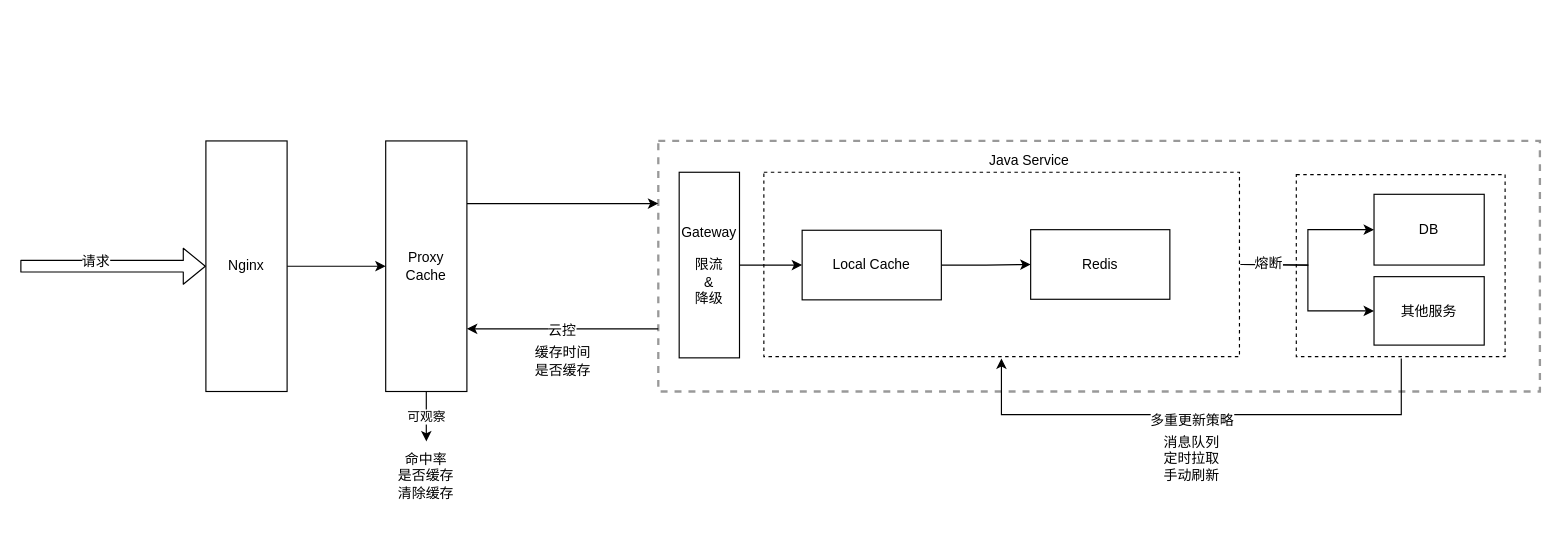
This is 跨年直播多级缓存系统.drawio from lndj/draw.io, a draw.io file, before an edit. Source tidied: cells renumbered, new cells numbered last; positions are measured from the earlier drawing's top-left corner, leaving out a move shared by most shapes. Both pictures are drawn from the tidied source at 116%, with x=0, y=0 at pixel (20, 140).
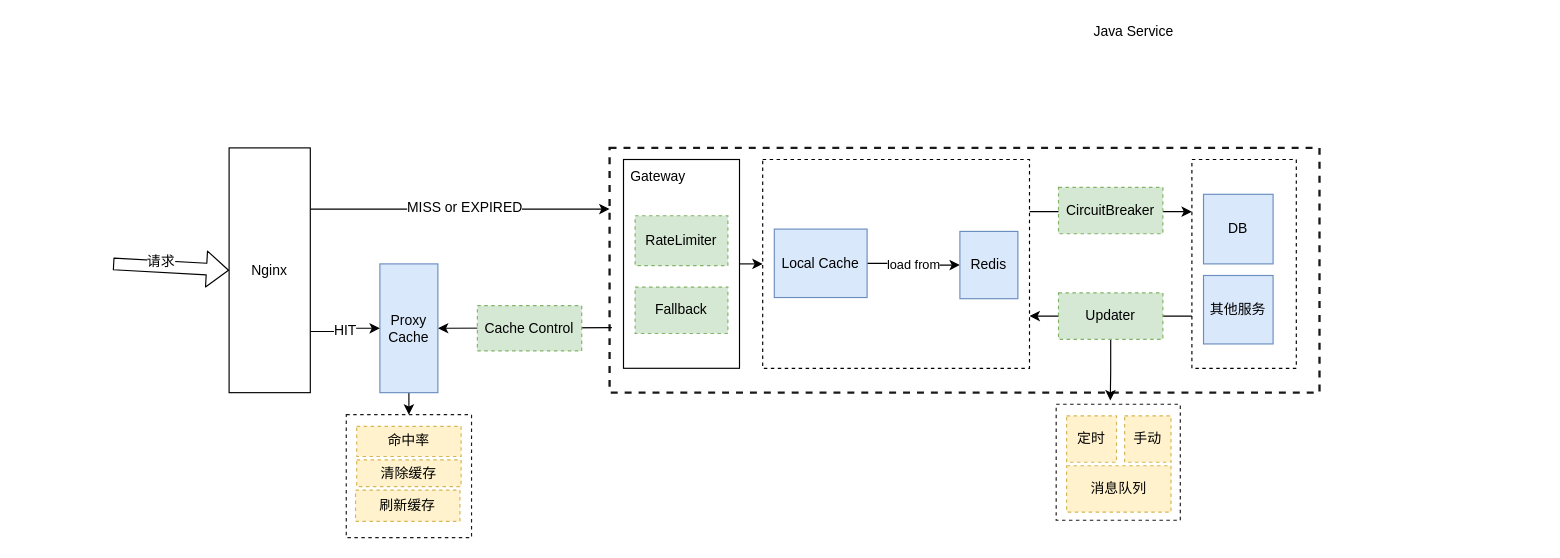
After the change.

Commit message:
更新跨年直播多级缓存系统.drawio

What changed in the source:
```diff
@@
-    <mxCell id="2" style="rounded=0;whiteSpace=wrap;html=1;dashed=1;opacity=40;strokeWidth=2;" parent="1" vertex="1">
-      <mxGeometry x="550" width="760" height="216" as="geometry" />
+    <mxCell id="2" style="rounded=0;whiteSpace=wrap;html=1;dashed=1;strokeWidth=2;strokeColor=#000000;opacity=90;" parent="1" vertex="1">
+      <mxGeometry x="508" y="6" width="612" height="211" as="geometry" />
     </mxCell>
-    <mxCell id="3" style="edgeStyle=orthogonalEdgeStyle;rounded=0;orthogonalLoop=1;jettySize=auto;html=1;entryX=0.5;entryY=1;entryDx=0;entryDy=0;exitX=0.5;exitY=1;exitDx=0;exitDy=0;" parent="1" edge="1">
-      <mxGeometry relative="1" as="geometry">
-        <mxPoint x="1190.5" y="187.5" as="sourcePoint" />
-        <mxPoint x="845.8" y="187.5" as="targetPoint" />
-        <Array as="points">
-          <mxPoint x="1190" y="236" />
-          <mxPoint x="846" y="236" />
-        </Array>
-      </mxGeometry>
-    </mxCell>
-    <mxCell id="4" value="多重更新策略" style="text;html=1;align=center;verticalAlign=middle;labelBackgroundColor=#ffffff;" parent="3" vertex="1">
-      <mxGeometry x="0.04" y="4" relative="1" as="geometry" />
-    </mxCell>
+    <mxCell id="30" style="endArrow=classic;html=1;exitX=1;exitY=0.25;exitDx=0;exitDy=0;entryX=0;entryY=0.25;entryDx=0;entryDy=0;" parent="1" edge="1" source="6" target="5">
+      <mxGeometry relative="1" as="geometry" />
+    </mxCell>
+    <mxCell id="31" style="endArrow=classic;html=1;exitX=0;exitY=0.75;exitDx=0;exitDy=0;entryX=1;entryY=0.75;entryDx=0;entryDy=0;" parent="1" edge="1" source="5" target="6">
+      <mxGeometry relative="1" as="geometry" />
+    </mxCell>
     <mxCell id="5" style="rounded=0;whiteSpace=wrap;html=1;dashed=1;strokeWidth=1;" parent="1" vertex="1">
-      <mxGeometry x="1100" y="29" width="180" height="157" as="geometry" />
+      <mxGeometry x="1010" y="16" width="90" height="180" as="geometry" />
     </mxCell>
     <mxCell id="6" style="rounded=0;whiteSpace=wrap;html=1;strokeWidth=1;dashed=1;" parent="1" vertex="1">
-      <mxGeometry x="641" y="27" width="410" height="159" as="geometry" />
+      <mxGeometry x="640" y="16" width="230" height="180" as="geometry" />
     </mxCell>
-    <mxCell id="7" style="edgeStyle=orthogonalEdgeStyle;rounded=0;jettySize=auto;html=1;exitX=0;exitY=0.75;exitDx=0;exitDy=0;entryX=1;entryY=0.75;entryDx=0;entryDy=0;" parent="1" edge="1" source="2" target="19">
-      <mxGeometry relative="1" as="geometry" />
+    <mxCell id="7" style="edgeStyle=orthogonalEdgeStyle;rounded=0;jettySize=auto;html=1;entryX=1;entryY=0.5;entryDx=0;entryDy=0;" parent="1" edge="1" target="19">
+      <mxGeometry relative="1" as="geometry">
+        <mxPoint x="510" y="161" as="sourcePoint" />
+      </mxGeometry>
     </mxCell>
-    <mxCell id="8" value="云控" style="text;html=1;align=center;verticalAlign=middle;labelBackgroundColor=#ffffff;" parent="7" vertex="1">
-      <mxGeometry x="0.02" y="1" relative="1" as="geometry" />
-    </mxCell>
-    <mxCell id="9" style="edgeStyle=orthogonalEdgeStyle;rounded=0;jettySize=auto;html=1;" parent="1" edge="1" source="10" target="14">
+    <mxCell id="9" value="load from" style="edgeStyle=orthogonalEdgeStyle;rounded=0;jettySize=auto;html=1;" parent="1" edge="1" source="10" target="14">
       <mxGeometry relative="1" as="geometry" />
     </mxCell>
-    <mxCell id="10" value="Local Cache" style="rounded=0;whiteSpace=wrap;html=1;" parent="1" vertex="1">
-      <mxGeometry x="674" y="77" width="120" height="60" as="geometry" />
+    <mxCell id="10" value="Local Cache" style="rounded=0;whiteSpace=wrap;html=1;fillColor=#dae8fc;strokeColor=#6c8ebf;" parent="1" vertex="1">
+      <mxGeometry x="650" y="76" width="80" height="59" as="geometry" />
     </mxCell>
-    <mxCell id="11" style="edgeStyle=orthogonalEdgeStyle;rounded=0;jettySize=auto;html=1;" parent="1" edge="1" target="15">
-      <mxGeometry relative="1" as="geometry">
-        <mxPoint x="1052" y="106.5" as="sourcePoint" />
-      </mxGeometry>
-    </mxCell>
-    <mxCell id="12" style="edgeStyle=orthogonalEdgeStyle;rounded=0;jettySize=auto;html=1;entryX=0;entryY=0.5;entryDx=0;entryDy=0;" parent="1" edge="1" target="16">
-      <mxGeometry relative="1" as="geometry">
-        <mxPoint x="1052" y="106.5" as="sourcePoint" />
-      </mxGeometry>
-    </mxCell>
-    <mxCell id="13" value="熔断&lt;br&gt;" style="text;html=1;align=center;verticalAlign=middle;labelBackgroundColor=#ffffff;" parent="12" vertex="1">
-      <mxGeometry x="-0.7" y="1" relative="1" as="geometry" />
-    </mxCell>
-    <mxCell id="14" value="Redis&lt;br&gt;" style="rounded=0;whiteSpace=wrap;html=1;" parent="1" vertex="1">
-      <mxGeometry x="871" y="76.5" width="120" height="60" as="geometry" />
+    <mxCell id="14" value="Redis&lt;br&gt;" style="rounded=0;whiteSpace=wrap;html=1;fillColor=#dae8fc;strokeColor=#6c8ebf;" parent="1" vertex="1">
+      <mxGeometry x="810" y="78" width="50" height="58" as="geometry" />
     </mxCell>
-    <mxCell id="15" value="DB&lt;br&gt;" style="rounded=0;whiteSpace=wrap;html=1;" parent="1" vertex="1">
-      <mxGeometry x="1167" y="46" width="95" height="61" as="geometry" />
+    <mxCell id="15" value="DB&lt;br&gt;" style="rounded=0;whiteSpace=wrap;html=1;fillColor=#dae8fc;strokeColor=#6c8ebf;" parent="1" vertex="1">
+      <mxGeometry x="1020" y="46" width="60" height="60" as="geometry" />
     </mxCell>
-    <mxCell id="16" value="其他服务" style="rounded=0;whiteSpace=wrap;html=1;" parent="1" vertex="1">
-      <mxGeometry x="1167" y="117" width="95" height="59" as="geometry" />
+    <mxCell id="16" value="其他服务" style="rounded=0;whiteSpace=wrap;html=1;fillColor=#dae8fc;strokeColor=#6c8ebf;" parent="1" vertex="1">
+      <mxGeometry x="1020" y="116" width="60" height="59" as="geometry" />
     </mxCell>
-    <mxCell id="17" style="edgeStyle=orthogonalEdgeStyle;rounded=0;jettySize=auto;html=1;exitX=1;exitY=0.25;exitDx=0;exitDy=0;entryX=0;entryY=0.25;entryDx=0;entryDy=0;" parent="1" edge="1" source="19" target="2">
-      <mxGeometry relative="1" as="geometry" />
-    </mxCell>
-    <mxCell id="18" value="可观察" style="edgeStyle=orthogonalEdgeStyle;rounded=0;jettySize=auto;html=1;entryX=0.5;entryY=0;entryDx=0;entryDy=0;" parent="1" edge="1" source="19" target="29">
-      <mxGeometry relative="1" as="geometry" />
-    </mxCell>
+    <mxCell id="32" style="edgeStyle=orthogonalEdgeStyle;rounded=0;jettySize=auto;html=1;exitX=0.5;exitY=1;exitDx=0;exitDy=0;entryX=0.5;entryY=0;entryDx=0;entryDy=0;" parent="1" edge="1" source="19" target="48">
+      <mxGeometry relative="1" as="geometry" />
+    </mxCell>
-    <mxCell id="19" value="Proxy Cache" style="rounded=0;whiteSpace=wrap;html=1;" parent="1" vertex="1">
-      <mxGeometry x="315" width="70" height="216" as="geometry" />
+    <mxCell id="19" value="Proxy Cache" style="rounded=0;whiteSpace=wrap;html=1;fillColor=#dae8fc;strokeColor=#6c8ebf;" parent="1" vertex="1">
+      <mxGeometry x="310" y="106" width="50" height="111" as="geometry" />
     </mxCell>
     <mxCell id="20" value="Java Service" style="text;html=1;strokeColor=none;fillColor=none;align=center;verticalAlign=middle;whiteSpace=wrap;rounded=0;dashed=1;opacity=40;" parent="1" vertex="1">
-      <mxGeometry x="825" y="7" width="90" height="20" as="geometry" />
+      <mxGeometry x="915" y="-104" width="90" height="20" as="geometry" />
     </mxCell>
-    <mxCell id="21" value="缓存时间&lt;br&gt;是否缓存&lt;br&gt;" style="text;html=1;strokeColor=none;fillColor=none;align=center;verticalAlign=middle;whiteSpace=wrap;rounded=0;dashed=1;opacity=40;" parent="1" vertex="1">
-      <mxGeometry x="427.5" y="177" width="80" height="26" as="geometry" />
-    </mxCell>
-    <mxCell id="22" style="edgeStyle=orthogonalEdgeStyle;rounded=0;jettySize=auto;html=1;exitX=1;exitY=0.5;exitDx=0;exitDy=0;entryX=0;entryY=0.5;entryDx=0;entryDy=0;" parent="1" edge="1" source="23" target="19">
+    <mxCell id="22" style="edgeStyle=orthogonalEdgeStyle;rounded=0;jettySize=auto;html=1;exitX=1;exitY=0.75;exitDx=0;exitDy=0;entryX=0;entryY=0.5;entryDx=0;entryDy=0;" parent="1" edge="1" source="23" target="19">
       <mxGeometry relative="1" as="geometry" />
     </mxCell>
+    <mxCell id="33" value="HIT" style="text;html=1;align=center;verticalAlign=middle;labelBackgroundColor=#ffffff;" parent="22" vertex="1">
+      <mxGeometry x="-0.08" y="1" relative="1" as="geometry" />
+    </mxCell>
+    <mxCell id="34" style="edgeStyle=orthogonalEdgeStyle;rounded=0;jettySize=auto;html=1;exitX=1;exitY=0.25;exitDx=0;exitDy=0;entryX=0;entryY=0.25;entryDx=0;entryDy=0;" parent="1" edge="1" source="23" target="2">
+      <mxGeometry relative="1" as="geometry" />
+    </mxCell>
+    <mxCell id="35" value="MISS or EXPIRED" style="text;html=1;align=center;verticalAlign=middle;labelBackgroundColor=#ffffff;" parent="34" vertex="1">
+      <mxGeometry x="0.32" y="1" relative="1" as="geometry">
+        <mxPoint x="-37.5" y="-0.5" as="offset" />
+      </mxGeometry>
+    </mxCell>
     <mxCell id="23" value="Nginx" style="rounded=0;whiteSpace=wrap;html=1;" parent="1" vertex="1">
-      <mxGeometry x="160" width="70" height="216" as="geometry" />
+      <mxGeometry x="180" y="6" width="70" height="211" as="geometry" />
     </mxCell>
-    <mxCell id="24" style="edgeStyle=orthogonalEdgeStyle;rounded=0;jettySize=auto;html=1;exitX=1;exitY=0.5;exitDx=0;exitDy=0;entryX=0;entryY=0.5;entryDx=0;entryDy=0;" parent="1" edge="1" source="25" target="10">
-      <mxGeometry relative="1" as="geometry" />
-    </mxCell>
+    <mxCell id="36" style="edgeStyle=orthogonalEdgeStyle;rounded=0;jettySize=auto;html=1;exitX=1;exitY=0.5;exitDx=0;exitDy=0;entryX=0;entryY=0.5;entryDx=0;entryDy=0;" parent="1" edge="1" source="25" target="6">
+      <mxGeometry relative="1" as="geometry" />
+    </mxCell>
-    <mxCell id="25" value="Gateway&lt;br&gt;&lt;br&gt;限流&lt;br&gt;&amp;amp;&lt;br&gt;降级&lt;br&gt;" style="rounded=0;whiteSpace=wrap;html=1;strokeWidth=1;" parent="1" vertex="1">
-      <mxGeometry x="568" y="27" width="52" height="160" as="geometry" />
+    <mxCell id="25" style="rounded=0;whiteSpace=wrap;html=1;strokeWidth=1;" parent="1" vertex="1">
+      <mxGeometry x="520" y="16" width="100" height="180" as="geometry" />
     </mxCell>
     <mxCell id="26" style="shape=flexArrow;endArrow=classic;html=1;entryX=0;entryY=0.5;entryDx=0;entryDy=0;" parent="1" edge="1" target="23">
       <mxGeometry relative="1" as="geometry">
-        <mxPoint y="108" as="sourcePoint" />
+        <mxPoint x="80" y="106" as="sourcePoint" />
       </mxGeometry>
     </mxCell>
@@
-    <mxCell id="28" value="消息队列&lt;br&gt;定时拉取&lt;br&gt;手动刷新&lt;br&gt;" style="text;html=1;strokeColor=none;fillColor=none;align=center;verticalAlign=middle;whiteSpace=wrap;rounded=0;dashed=1;" parent="1" vertex="1">
-      <mxGeometry x="960" y="254" width="100" height="40" as="geometry" />
-    </mxCell>
-    <mxCell id="29" value="命中率&lt;br&gt;是否缓存&lt;br&gt;清除缓存&lt;br&gt;" style="text;html=1;strokeColor=none;fillColor=none;align=center;verticalAlign=middle;whiteSpace=wrap;rounded=0;dashed=1;" parent="1" vertex="1">
-      <mxGeometry x="315" y="259" width="70" height="60" as="geometry" />
-    </mxCell>
+    <mxCell id="37" value="&lt;span&gt;CircuitBreaker&lt;/span&gt;" style="rounded=0;whiteSpace=wrap;html=1;fillColor=#d5e8d4;strokeColor=#82b366;dashed=1;" parent="1" vertex="1">
+      <mxGeometry x="895" y="40" width="90" height="40" as="geometry" />
+    </mxCell>
+    <mxCell id="38" value="Gateway" style="text;html=1;strokeColor=none;fillColor=none;align=center;verticalAlign=middle;whiteSpace=wrap;rounded=0;dashed=1;" parent="1" vertex="1">
+      <mxGeometry x="520" y="16" width="60" height="30" as="geometry" />
+    </mxCell>
+    <mxCell id="39" value="&lt;span&gt;RateLimiter&lt;/span&gt;" style="rounded=0;whiteSpace=wrap;html=1;fillColor=#d5e8d4;strokeColor=#82b366;dashed=1;" parent="1" vertex="1">
+      <mxGeometry x="530" y="64.5" width="80" height="43" as="geometry" />
+    </mxCell>
+    <mxCell id="40" value="&lt;span&gt;Fallback&lt;/span&gt;" style="rounded=0;whiteSpace=wrap;html=1;fillColor=#d5e8d4;strokeColor=#82b366;dashed=1;" parent="1" vertex="1">
+      <mxGeometry x="530" y="126" width="80" height="40" as="geometry" />
+    </mxCell>
+    <mxCell id="41" value="&lt;span&gt;Cache Control&lt;/span&gt;" style="rounded=0;whiteSpace=wrap;html=1;fillColor=#d5e8d4;strokeColor=#82b366;dashed=1;" parent="1" vertex="1">
+      <mxGeometry x="394" y="142" width="90" height="39" as="geometry" />
+    </mxCell>
+    <mxCell id="42" style="edgeStyle=orthogonalEdgeStyle;rounded=0;jettySize=auto;html=1;exitX=0.5;exitY=1;exitDx=0;exitDy=0;entryX=0.436;entryY=-0.033;entryDx=0;entryDy=0;entryPerimeter=0;" parent="1" edge="1" source="43" target="44">
+      <mxGeometry relative="1" as="geometry" />
+    </mxCell>
+    <mxCell id="43" value="&lt;span&gt;Updater&lt;/span&gt;" style="rounded=0;whiteSpace=wrap;html=1;fillColor=#d5e8d4;strokeColor=#82b366;dashed=1;" parent="1" vertex="1">
+      <mxGeometry x="895" y="131" width="90" height="40" as="geometry" />
+    </mxCell>
+    <mxCell id="44" style="rounded=0;whiteSpace=wrap;html=1;dashed=1;strokeColor=#000000;opacity=90;" parent="1" vertex="1">
+      <mxGeometry x="893" y="227" width="107" height="100" as="geometry" />
+    </mxCell>
+    <mxCell id="45" value="&lt;span&gt;消息队列&lt;/span&gt;" style="rounded=0;whiteSpace=wrap;html=1;fillColor=#fff2cc;strokeColor=#d6b656;dashed=1;" parent="1" vertex="1">
+      <mxGeometry x="902" y="280" width="90" height="40" as="geometry" />
+    </mxCell>
+    <mxCell id="46" value="&lt;span&gt;定时&lt;/span&gt;" style="rounded=0;whiteSpace=wrap;html=1;fillColor=#fff2cc;strokeColor=#d6b656;dashed=1;" parent="1" vertex="1">
+      <mxGeometry x="902" y="237" width="43" height="40" as="geometry" />
+    </mxCell>
+    <mxCell id="47" value="手动" style="rounded=0;whiteSpace=wrap;html=1;fillColor=#fff2cc;strokeColor=#d6b656;dashed=1;" parent="1" vertex="1">
+      <mxGeometry x="952" y="237" width="40" height="40" as="geometry" />
+    </mxCell>
+    <mxCell id="48" style="rounded=0;whiteSpace=wrap;html=1;dashed=1;strokeColor=#000000;opacity=90;" parent="1" vertex="1">
+      <mxGeometry x="281" y="236" width="108" height="106" as="geometry" />
+    </mxCell>
+    <mxCell id="49" value="&lt;span&gt;清除缓存&lt;/span&gt;" style="rounded=0;whiteSpace=wrap;html=1;fillColor=#fff2cc;strokeColor=#d6b656;dashed=1;" parent="1" vertex="1">
+      <mxGeometry x="290" y="275" width="90" height="23" as="geometry" />
+    </mxCell>
+    <mxCell id="50" value="&lt;span&gt;命中率&lt;/span&gt;" style="rounded=0;whiteSpace=wrap;html=1;fillColor=#fff2cc;strokeColor=#d6b656;dashed=1;" parent="1" vertex="1">
+      <mxGeometry x="290" y="246" width="90" height="26" as="geometry" />
+    </mxCell>
+    <mxCell id="51" value="&lt;span&gt;刷新缓存&lt;/span&gt;" style="rounded=0;whiteSpace=wrap;html=1;fillColor=#fff2cc;strokeColor=#d6b656;dashed=1;" parent="1" vertex="1">
+      <mxGeometry x="289" y="301" width="90" height="27" as="geometry" />
+    </mxCell>
```
